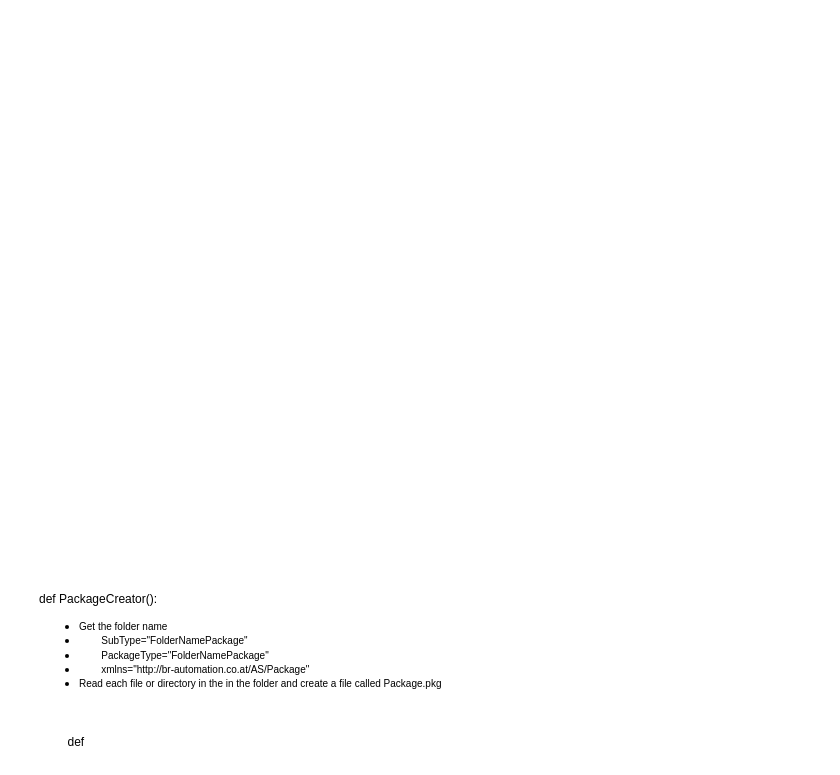
justin-austin-br-automation/VC4toMappView keeps this draw.io diagram as Documentation/SoftwareDiagrams.drawio. Above is the earlier version. Source tidied: cells renumbered, new cells numbered last; positions are measured from the earlier drawing's top-left corner, leaving out a move shared by most shapes. Both pictures are drawn from the tidied source at 100%, with x=0, y=0 at pixel (37, 587).
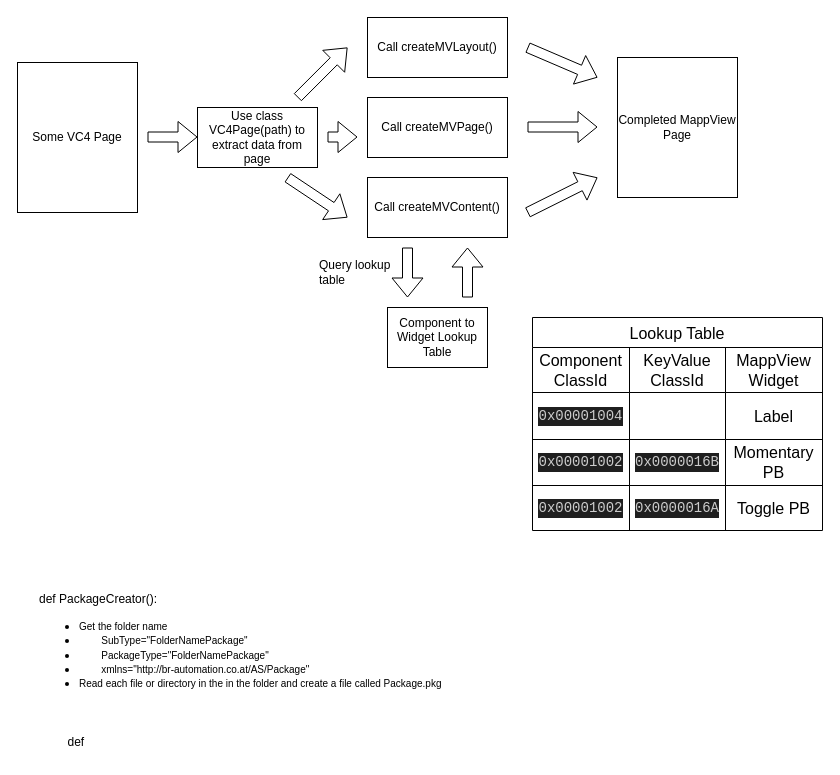
After the change.

Commit message (it also covers changes not shown here):
Added high level diagram of page creation

Change to the diagram source:
```diff
@@
+    <mxCell id="4" value="Some VC4 Page" style="rounded=0;whiteSpace=wrap;html=1;" parent="1" vertex="1">
+      <mxGeometry x="-20" y="-525" width="120" height="150" as="geometry" />
+    </mxCell>
+    <mxCell id="5" value="Use class VC4Page(path) to extract data from page" style="rounded=0;whiteSpace=wrap;html=1;" parent="1" vertex="1">
+      <mxGeometry x="160" y="-480" width="120" height="60" as="geometry" />
+    </mxCell>
+    <mxCell id="6" value="Call createMVLayout()" style="rounded=0;whiteSpace=wrap;html=1;" parent="1" vertex="1">
+      <mxGeometry x="330" y="-570" width="140" height="60" as="geometry" />
+    </mxCell>
+    <mxCell id="7" value="Call createMVPage()" style="rounded=0;whiteSpace=wrap;html=1;" parent="1" vertex="1">
+      <mxGeometry x="330" y="-490" width="140" height="60" as="geometry" />
+    </mxCell>
+    <mxCell id="8" value="Call createMVContent()" style="rounded=0;whiteSpace=wrap;html=1;" parent="1" vertex="1">
+      <mxGeometry x="330" y="-410" width="140" height="60" as="geometry" />
+    </mxCell>
+    <mxCell id="9" value="Completed MappView Page" style="rounded=0;whiteSpace=wrap;html=1;" parent="1" vertex="1">
+      <mxGeometry x="580" y="-530" width="120" height="140" as="geometry" />
+    </mxCell>
+    <mxCell id="10" value="Component to Widget Lookup Table" style="rounded=0;whiteSpace=wrap;html=1;" parent="1" vertex="1">
+      <mxGeometry x="350" y="-280" width="100" height="60" as="geometry" />
+    </mxCell>
+    <mxCell id="11" style="shape=flexArrow;endArrow=classic;html=1;rounded=0;" parent="1" edge="1">
+      <mxGeometry relative="1" as="geometry">
+        <mxPoint x="370" y="-340" as="sourcePoint" />
+        <mxPoint x="370" y="-290" as="targetPoint" />
+      </mxGeometry>
+    </mxCell>
+    <mxCell id="12" style="shape=flexArrow;endArrow=classic;html=1;rounded=0;" parent="1" edge="1">
+      <mxGeometry relative="1" as="geometry">
+        <mxPoint x="430" y="-290" as="sourcePoint" />
+        <mxPoint x="430" y="-340" as="targetPoint" />
+      </mxGeometry>
+    </mxCell>
+    <mxCell id="13" style="shape=flexArrow;endArrow=classic;html=1;rounded=0;" parent="1" edge="1">
+      <mxGeometry relative="1" as="geometry">
+        <mxPoint x="260" y="-490" as="sourcePoint" />
+        <mxPoint x="310" y="-540" as="targetPoint" />
+      </mxGeometry>
+    </mxCell>
+    <mxCell id="14" style="shape=flexArrow;endArrow=classic;html=1;rounded=0;" parent="1" edge="1">
+      <mxGeometry relative="1" as="geometry">
+        <mxPoint x="250" y="-410" as="sourcePoint" />
+        <mxPoint x="310" y="-370" as="targetPoint" />
+      </mxGeometry>
+    </mxCell>
+    <mxCell id="15" style="shape=flexArrow;endArrow=classic;html=1;rounded=0;" parent="1" edge="1">
+      <mxGeometry relative="1" as="geometry">
+        <mxPoint x="290" y="-450.5" as="sourcePoint" />
+        <mxPoint x="320" y="-450.5" as="targetPoint" />
+      </mxGeometry>
+    </mxCell>
+    <mxCell id="16" style="shape=flexArrow;endArrow=classic;html=1;rounded=0;" parent="1" edge="1">
+      <mxGeometry relative="1" as="geometry">
+        <mxPoint x="110" y="-450.5" as="sourcePoint" />
+        <mxPoint x="160" y="-450.5" as="targetPoint" />
+      </mxGeometry>
+    </mxCell>
+    <mxCell id="17" style="shape=flexArrow;endArrow=classic;html=1;rounded=0;" parent="1" edge="1">
+      <mxGeometry relative="1" as="geometry">
+        <mxPoint x="490" y="-540" as="sourcePoint" />
+        <mxPoint x="560" y="-510" as="targetPoint" />
+      </mxGeometry>
+    </mxCell>
+    <mxCell id="18" style="shape=flexArrow;endArrow=classic;html=1;rounded=0;" parent="1" edge="1">
+      <mxGeometry relative="1" as="geometry">
+        <mxPoint x="490" y="-375" as="sourcePoint" />
+        <mxPoint x="560" y="-410" as="targetPoint" />
+      </mxGeometry>
+    </mxCell>
+    <mxCell id="19" style="shape=flexArrow;endArrow=classic;html=1;rounded=0;" parent="1" edge="1">
+      <mxGeometry relative="1" as="geometry">
+        <mxPoint x="490" y="-460.5" as="sourcePoint" />
+        <mxPoint x="560" y="-460.5" as="targetPoint" />
+      </mxGeometry>
+    </mxCell>
+    <mxCell id="20" value="Query lookup table" style="text;html=1;strokeColor=none;fillColor=none;align=left;verticalAlign=middle;whiteSpace=wrap;rounded=0;" parent="1" vertex="1">
+      <mxGeometry x="280" y="-340" width="90" height="50" as="geometry" />
+    </mxCell>
+    <mxCell id="21" value="Lookup Table" style="shape=table;startSize=30;childLayout=tableLayout;strokeColor=default;fontSize=16;" parent="1" vertex="1">
+      <mxGeometry x="495" y="-270" width="290" height="213" as="geometry" />
+    </mxCell>
+    <mxCell id="22" style="shape=tableRow;horizontal=0;startSize=0;swimlaneHead=0;swimlaneBody=0;strokeColor=inherit;top=0;left=0;bottom=0;right=0;fillColor=none;fontSize=16;" parent="21" vertex="1">
+      <mxGeometry y="30" width="290" height="45" as="geometry" />
+    </mxCell>
+    <mxCell id="23" value="Component ClassId" style="shape=partialRectangle;html=1;whiteSpace=wrap;strokeColor=inherit;overflow=hidden;fillColor=none;top=0;left=0;bottom=0;right=0;fontSize=16;" parent="22" vertex="1">
+      <mxGeometry width="97" height="45" as="geometry" />
+    </mxCell>
+    <mxCell id="24" value="KeyValue ClassId" style="shape=partialRectangle;html=1;whiteSpace=wrap;strokeColor=inherit;overflow=hidden;fillColor=none;top=0;left=0;bottom=0;right=0;fontSize=16;" parent="22" vertex="1">
+      <mxGeometry x="97" width="96" height="45" as="geometry" />
+    </mxCell>
+    <mxCell id="25" value="MappView Widget" style="shape=partialRectangle;html=1;whiteSpace=wrap;strokeColor=inherit;overflow=hidden;fillColor=none;top=0;left=0;bottom=0;right=0;fontSize=16;" parent="22" vertex="1">
+      <mxGeometry x="193" width="97" height="45" as="geometry" />
+    </mxCell>
+    <mxCell id="26" style="shape=tableRow;horizontal=0;startSize=0;swimlaneHead=0;swimlaneBody=0;strokeColor=inherit;top=0;left=0;bottom=0;right=0;fillColor=none;fontSize=16;" parent="21" vertex="1">
+      <mxGeometry y="75" width="290" height="47" as="geometry" />
+    </mxCell>
+    <mxCell id="27" value="&lt;div style=&quot;color: rgb(204, 204, 204); background-color: rgb(31, 31, 31); font-family: Consolas, &amp;quot;Courier New&amp;quot;, monospace; font-size: 14px; line-height: 19px;&quot;&gt;0x00001004&lt;/div&gt;" style="shape=partialRectangle;html=1;whiteSpace=wrap;strokeColor=inherit;overflow=hidden;fillColor=none;top=0;left=0;bottom=0;right=0;fontSize=16;" parent="26" vertex="1">
+      <mxGeometry width="97" height="47" as="geometry" />
+    </mxCell>
+    <mxCell id="28" style="shape=partialRectangle;html=1;whiteSpace=wrap;strokeColor=inherit;overflow=hidden;fillColor=none;top=0;left=0;bottom=0;right=0;fontSize=16;" parent="26" vertex="1">
+      <mxGeometry x="97" width="96" height="47" as="geometry" />
+    </mxCell>
+    <mxCell id="29" value="Label" style="shape=partialRectangle;html=1;whiteSpace=wrap;strokeColor=inherit;overflow=hidden;fillColor=none;top=0;left=0;bottom=0;right=0;fontSize=16;" parent="26" vertex="1">
+      <mxGeometry x="193" width="97" height="47" as="geometry" />
+    </mxCell>
+    <mxCell id="30" style="shape=tableRow;horizontal=0;startSize=0;swimlaneHead=0;swimlaneBody=0;strokeColor=inherit;top=0;left=0;bottom=0;right=0;fillColor=none;fontSize=16;" parent="21" vertex="1">
+      <mxGeometry y="122" width="290" height="46" as="geometry" />
+    </mxCell>
+    <mxCell id="31" value="&lt;div style=&quot;color: rgb(204, 204, 204); background-color: rgb(31, 31, 31); font-family: Consolas, &amp;quot;Courier New&amp;quot;, monospace; font-size: 14px; line-height: 19px;&quot;&gt;0x00001002&lt;/div&gt;" style="shape=partialRectangle;html=1;whiteSpace=wrap;strokeColor=inherit;overflow=hidden;fillColor=none;top=0;left=0;bottom=0;right=0;fontSize=16;" parent="30" vertex="1">
+      <mxGeometry width="97" height="46" as="geometry" />
+    </mxCell>
+    <mxCell id="32" value="&lt;div style=&quot;color: rgb(204, 204, 204); background-color: rgb(31, 31, 31); font-family: Consolas, &amp;quot;Courier New&amp;quot;, monospace; font-size: 14px; line-height: 19px;&quot;&gt;0x0000016B&lt;/div&gt;" style="shape=partialRectangle;html=1;whiteSpace=wrap;strokeColor=inherit;overflow=hidden;fillColor=none;top=0;left=0;bottom=0;right=0;fontSize=16;" parent="30" vertex="1">
+      <mxGeometry x="97" width="96" height="46" as="geometry" />
+    </mxCell>
+    <mxCell id="33" value="Momentary PB" style="shape=partialRectangle;html=1;whiteSpace=wrap;strokeColor=inherit;overflow=hidden;fillColor=none;top=0;left=0;bottom=0;right=0;fontSize=16;" parent="30" vertex="1">
+      <mxGeometry x="193" width="97" height="46" as="geometry" />
+    </mxCell>
+    <mxCell id="34" style="shape=tableRow;horizontal=0;startSize=0;swimlaneHead=0;swimlaneBody=0;strokeColor=inherit;top=0;left=0;bottom=0;right=0;fillColor=none;fontSize=16;" parent="21" vertex="1">
+      <mxGeometry y="168" width="290" height="45" as="geometry" />
+    </mxCell>
+    <mxCell id="35" value="&lt;div style=&quot;color: rgb(204, 204, 204); background-color: rgb(31, 31, 31); font-family: Consolas, &amp;quot;Courier New&amp;quot;, monospace; font-size: 14px; line-height: 19px;&quot;&gt;0x00001002&lt;/div&gt;" style="shape=partialRectangle;html=1;whiteSpace=wrap;strokeColor=inherit;overflow=hidden;fillColor=none;top=0;left=0;bottom=0;right=0;fontSize=16;" parent="34" vertex="1">
+      <mxGeometry width="97" height="45" as="geometry" />
+    </mxCell>
+    <mxCell id="36" value="&lt;div style=&quot;color: rgb(204, 204, 204); background-color: rgb(31, 31, 31); font-family: Consolas, &amp;quot;Courier New&amp;quot;, monospace; font-size: 14px; line-height: 19px;&quot;&gt;0x0000016A&lt;/div&gt;" style="shape=partialRectangle;html=1;whiteSpace=wrap;strokeColor=inherit;overflow=hidden;fillColor=none;top=0;left=0;bottom=0;right=0;fontSize=16;" parent="34" vertex="1">
+      <mxGeometry x="97" width="96" height="45" as="geometry" />
+    </mxCell>
+    <mxCell id="37" value="Toggle PB" style="shape=partialRectangle;html=1;whiteSpace=wrap;strokeColor=inherit;overflow=hidden;fillColor=none;top=0;left=0;bottom=0;right=0;fontSize=16;" parent="34" vertex="1">
+      <mxGeometry x="193" width="97" height="45" as="geometry" />
+    </mxCell>
```
